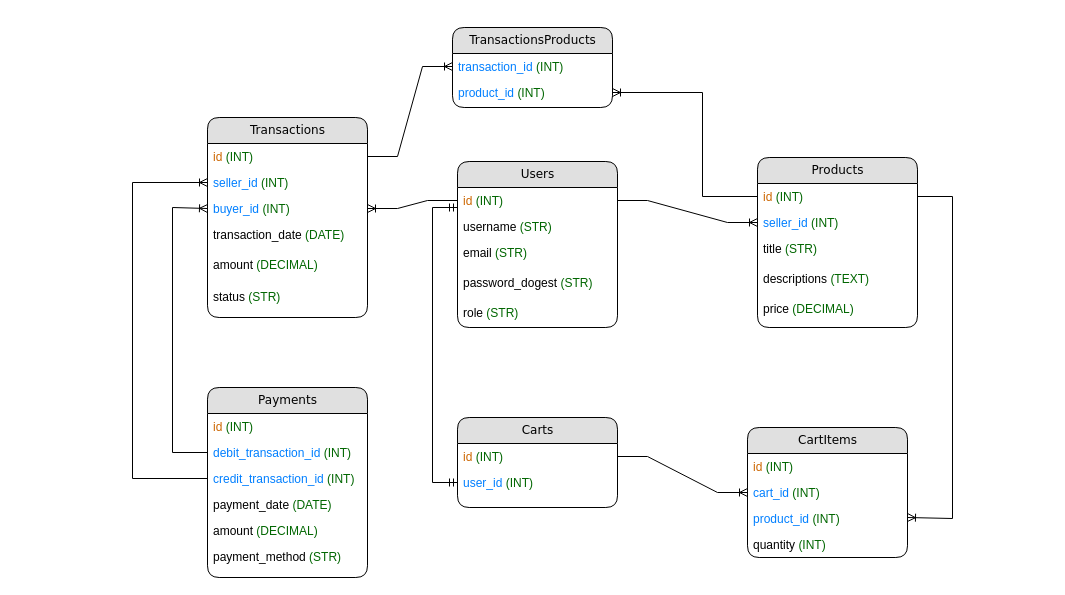
Above: Диаграмма без названия.drawio in lada000/DigitalBazaar (draw.io), before the change. Source tidied: cells renumbered, new cells numbered last; positions are measured from the earlier drawing's top-left corner, leaving out a move shared by most shapes. Both pictures are drawn from the tidied source at 100%, with x=0, y=0 at pixel (132, 27).
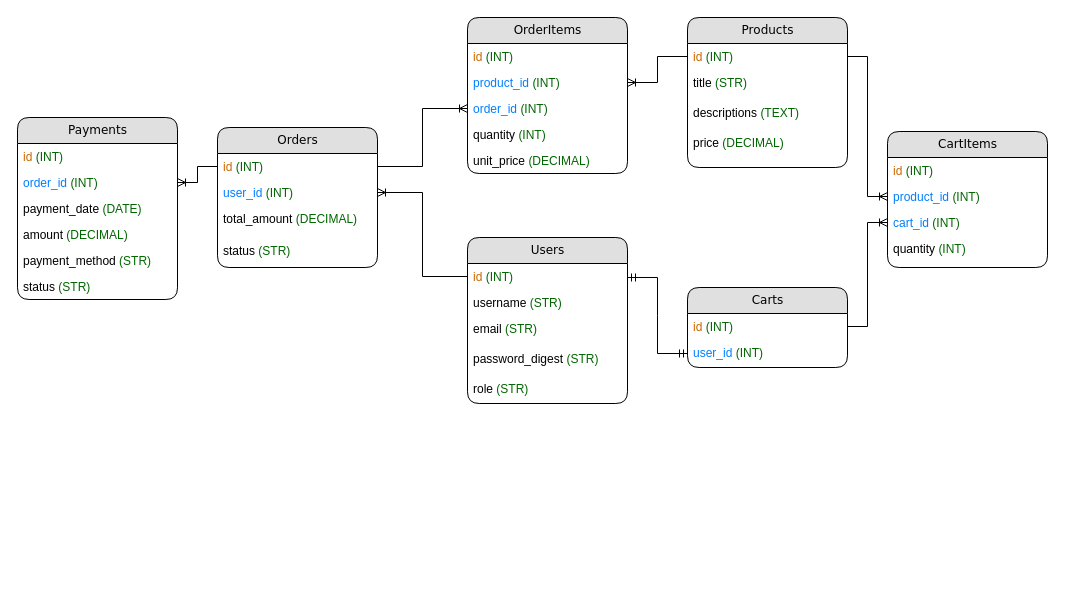
The same diagram, later.

The change refers to these unchanged cells:
```xml
<mxCell id="3" value="&lt;font color=&quot;#cc6600&quot;&gt;id&lt;/font&gt; &lt;font color=&quot;#006600&quot;&gt;(INT)&lt;/font&gt;" style="text;html=1;strokeColor=none;fillColor=none;spacingLeft=4;spacingRight=4;whiteSpace=wrap;overflow=hidden;points=[[0,0.5],[1,0.5]];portConstraint=eastwest;align=left;" parent="2" vertex="1">
  <mxGeometry y="26" width="160" height="26" as="geometry" />
</mxCell>
<mxCell id="16" value="&lt;span style=&quot;background-color: rgb(255, 255, 255);&quot;&gt;&lt;font color=&quot;#cc6600&quot;&gt;id&lt;/font&gt; &lt;font color=&quot;#006600&quot;&gt;(INT)&lt;/font&gt;&lt;/span&gt;" style="text;html=1;strokeColor=none;fillColor=none;spacingLeft=4;spacingRight=4;whiteSpace=wrap;overflow=hidden;points=[[0,0.5],[1,0.5]];portConstraint=eastwest;" parent="15" vertex="1">
  <mxGeometry y="26" width="160" height="26" as="geometry" />
</mxCell>
<mxCell id="22" value="&lt;font color=&quot;#cc6600&quot;&gt;id &lt;/font&gt;&lt;font color=&quot;#006600&quot;&gt;(INT)&lt;/font&gt;" style="text;html=1;strokeColor=none;fillColor=none;spacingLeft=4;spacingRight=4;whiteSpace=wrap;overflow=hidden;points=[[0,0.5],[1,0.5]];portConstraint=eastwest;" parent="21" vertex="1">
  <mxGeometry y="26" width="160" height="26" as="geometry" />
</mxCell>
<mxCell id="29" value="&lt;font color=&quot;#cc6600&quot;&gt;id &lt;/font&gt;&lt;font color=&quot;#006600&quot;&gt;(INT)&lt;/font&gt;" style="text;html=1;strokeColor=none;fillColor=none;spacingLeft=4;spacingRight=4;whiteSpace=wrap;overflow=hidden;points=[[0,0.5],[1,0.5]];portConstraint=eastwest;" parent="28" vertex="1">
  <mxGeometry y="26" width="160" height="26" as="geometry" />
</mxCell>
<mxCell id="43" value="&lt;font color=&quot;#007fff&quot;&gt;product_id &lt;/font&gt;&lt;font color=&quot;#006600&quot;&gt;(INT)&lt;/font&gt;" style="text;html=1;strokeColor=none;fillColor=none;spacingLeft=4;spacingRight=4;whiteSpace=wrap;overflow=hidden;points=[[0,0.5],[1,0.5]];portConstraint=eastwest;" parent="41" vertex="1">
  <mxGeometry y="52" width="160" height="26" as="geometry" />
</mxCell>
```

The edit, as a diff of the source:
```diff
@@
     <mxCell id="2" value="Users" style="swimlane;html=1;fontStyle=0;horizontal=1;startSize=26;fillColor=#e0e0e0;swimlaneFillColor=#ffffff;align=center;rounded=1;shadow=0;comic=0;labelBackgroundColor=none;strokeWidth=1;fontFamily=Verdana;fontSize=12;" parent="1" vertex="1">
-      <mxGeometry x="325" y="134" width="160" height="166" as="geometry" />
+      <mxGeometry x="335" y="210" width="160" height="166" as="geometry" />
     </mxCell>
@@
-    <mxCell id="6" value="password_dogest &lt;font color=&quot;#006600&quot;&gt;(STR)&lt;/font&gt;" style="text;html=1;strokeColor=none;fillColor=none;spacingLeft=4;spacingRight=4;whiteSpace=wrap;overflow=hidden;" parent="2" vertex="1">
+    <mxCell id="6" value="password_digest &lt;font color=&quot;#006600&quot;&gt;(STR)&lt;/font&gt;" style="text;html=1;strokeColor=none;fillColor=none;spacingLeft=4;spacingRight=4;whiteSpace=wrap;overflow=hidden;" parent="2" vertex="1">
       <mxGeometry y="108" width="160" height="30" as="geometry" />
     </mxCell>
@@
     <mxCell id="8" value="Payments" style="swimlane;html=1;fontStyle=0;horizontal=1;startSize=26;fillColor=#e0e0e0;swimlaneFillColor=#ffffff;align=center;rounded=1;shadow=0;comic=0;labelBackgroundColor=none;strokeWidth=1;fontFamily=Verdana;fontSize=12;" parent="1" vertex="1">
-      <mxGeometry x="75" y="360" width="160" height="190" as="geometry" />
+      <mxGeometry x="-115" y="90" width="160" height="182" as="geometry" />
     </mxCell>
@@
-    <mxCell id="10" value="&lt;font color=&quot;#007fff&quot;&gt;debit_transaction_id &lt;/font&gt;&lt;font color=&quot;#006600&quot;&gt;(INT)&lt;/font&gt;" style="text;html=1;strokeColor=none;fillColor=none;spacingLeft=4;spacingRight=4;whiteSpace=wrap;overflow=hidden;points=[[0,0.5],[1,0.5]];portConstraint=eastwest;" parent="8" vertex="1">
+    <mxCell id="10" value="&lt;font color=&quot;#007fff&quot;&gt;order_id &lt;/font&gt;&lt;font color=&quot;#006600&quot;&gt;(INT)&lt;/font&gt;" style="text;html=1;strokeColor=none;fillColor=none;spacingLeft=4;spacingRight=4;whiteSpace=wrap;overflow=hidden;points=[[0,0.5],[1,0.5]];portConstraint=eastwest;" parent="8" vertex="1">
       <mxGeometry y="52" width="160" height="26" as="geometry" />
     </mxCell>
-    <mxCell id="11" value="&lt;font color=&quot;#007fff&quot;&gt;credit_transaction_id &lt;/font&gt;&lt;font color=&quot;#006600&quot;&gt;(INT)&lt;/font&gt;" style="text;html=1;strokeColor=none;fillColor=none;spacingLeft=4;spacingRight=4;whiteSpace=wrap;overflow=hidden;points=[[0,0.5],[1,0.5]];portConstraint=eastwest;" parent="8" vertex="1">
-      <mxGeometry y="78" width="160" height="26" as="geometry" />
-    </mxCell>
     <mxCell id="12" value="payment_date &lt;font color=&quot;#006600&quot;&gt;(DATE)&lt;/font&gt;" style="text;html=1;strokeColor=none;fillColor=none;spacingLeft=4;spacingRight=4;whiteSpace=wrap;overflow=hidden;" parent="8" vertex="1">
-      <mxGeometry y="104" width="160" height="26" as="geometry" />
+      <mxGeometry y="78" width="160" height="26" as="geometry" />
     </mxCell>
     <mxCell id="13" value="amount &lt;font color=&quot;#006600&quot;&gt;(DECIMAL)&lt;/font&gt;" style="text;html=1;strokeColor=none;fillColor=none;spacingLeft=4;spacingRight=4;whiteSpace=wrap;overflow=hidden;" parent="8" vertex="1">
-      <mxGeometry y="130" width="160" height="26" as="geometry" />
+      <mxGeometry y="104" width="160" height="26" as="geometry" />
     </mxCell>
     <mxCell id="14" value="payment_method &lt;font color=&quot;#006600&quot;&gt;(STR)&lt;/font&gt;" style="text;html=1;strokeColor=none;fillColor=none;spacingLeft=4;spacingRight=4;whiteSpace=wrap;overflow=hidden;" parent="8" vertex="1">
-      <mxGeometry y="156" width="160" height="26" as="geometry" />
+      <mxGeometry y="130" width="160" height="26" as="geometry" />
     </mxCell>
+    <mxCell id="48" value="status&amp;nbsp;&lt;font color=&quot;#006600&quot;&gt;(STR)&lt;/font&gt;" style="text;html=1;strokeColor=none;fillColor=none;spacingLeft=4;spacingRight=4;whiteSpace=wrap;overflow=hidden;" parent="8" vertex="1">
+      <mxGeometry y="156" width="160" height="26" as="geometry" />
+    </mxCell>
     <mxCell id="15" value="Products" style="swimlane;html=1;fontStyle=0;horizontal=1;startSize=26;fillColor=#e0e0e0;swimlaneFillColor=#ffffff;align=center;rounded=1;shadow=0;comic=0;labelBackgroundColor=none;strokeWidth=1;fontFamily=Verdana;fontSize=12;" parent="1" vertex="1">
-      <mxGeometry x="625" y="130" width="160" height="170" as="geometry" />
+      <mxGeometry x="555" y="-10" width="160" height="150" as="geometry" />
     </mxCell>
@@
-    <mxCell id="17" value="&lt;font color=&quot;#007fff&quot;&gt;seller_id&lt;/font&gt; &lt;font color=&quot;#006600&quot;&gt;(INT)&lt;/font&gt;" style="text;html=1;strokeColor=none;fillColor=none;spacingLeft=4;spacingRight=4;whiteSpace=wrap;overflow=hidden;points=[[0,0.5],[1,0.5]];portConstraint=eastwest;" parent="15" vertex="1">
-      <mxGeometry y="52" width="160" height="26" as="geometry" />
-    </mxCell>
     <mxCell id="18" value="title &lt;font color=&quot;#006600&quot;&gt;(STR)&lt;/font&gt;" style="text;html=1;strokeColor=none;fillColor=none;spacingLeft=4;spacingRight=4;whiteSpace=wrap;overflow=hidden;" parent="15" vertex="1">
-      <mxGeometry y="78" width="160" height="30" as="geometry" />
+      <mxGeometry y="52" width="160" height="30" as="geometry" />
     </mxCell>
     <mxCell id="19" value="descriptions &lt;font color=&quot;#006600&quot;&gt;(TEXT)&lt;/font&gt;" style="text;html=1;strokeColor=none;fillColor=none;spacingLeft=4;spacingRight=4;whiteSpace=wrap;overflow=hidden;" parent="15" vertex="1">
-      <mxGeometry y="108" width="160" height="30" as="geometry" />
+      <mxGeometry y="82" width="160" height="30" as="geometry" />
     </mxCell>
     <mxCell id="20" value="price &lt;font color=&quot;#006600&quot;&gt;(DECIMAL)&lt;/font&gt;" style="text;html=1;strokeColor=none;fillColor=none;spacingLeft=4;spacingRight=4;whiteSpace=wrap;overflow=hidden;" parent="15" vertex="1">
-      <mxGeometry y="138" width="160" height="20" as="geometry" />
+      <mxGeometry y="112" width="160" height="20" as="geometry" />
     </mxCell>
-    <mxCell id="21" value="Transactions" style="swimlane;html=1;fontStyle=0;horizontal=1;startSize=26;fillColor=#e0e0e0;swimlaneFillColor=#ffffff;align=center;rounded=1;shadow=0;comic=0;labelBackgroundColor=none;strokeWidth=1;fontFamily=Verdana;fontSize=12;" parent="1" vertex="1">
-      <mxGeometry x="75" y="90" width="160" height="200" as="geometry" />
+    <mxCell id="21" value="Orders" style="swimlane;html=1;fontStyle=0;horizontal=1;startSize=26;fillColor=#e0e0e0;swimlaneFillColor=#ffffff;align=center;rounded=1;shadow=0;comic=0;labelBackgroundColor=none;strokeWidth=1;fontFamily=Verdana;fontSize=12;" parent="1" vertex="1">
+      <mxGeometry x="85" y="100" width="160" height="140" as="geometry" />
     </mxCell>
@@
-    <mxCell id="23" value="&lt;font color=&quot;#007fff&quot;&gt;seller_id&amp;nbsp;&lt;/font&gt;&lt;font color=&quot;#006600&quot;&gt;(INT)&lt;/font&gt;" style="text;html=1;strokeColor=none;fillColor=none;spacingLeft=4;spacingRight=4;whiteSpace=wrap;overflow=hidden;points=[[0,0.5],[1,0.5]];portConstraint=eastwest;" parent="21" vertex="1">
+    <mxCell id="23" value="&lt;font color=&quot;#007fff&quot;&gt;user_id&amp;nbsp;&lt;/font&gt;&lt;font color=&quot;#006600&quot;&gt;(INT)&lt;/font&gt;" style="text;html=1;strokeColor=none;fillColor=none;spacingLeft=4;spacingRight=4;whiteSpace=wrap;overflow=hidden;points=[[0,0.5],[1,0.5]];portConstraint=eastwest;" parent="21" vertex="1">
       <mxGeometry y="52" width="160" height="26" as="geometry" />
     </mxCell>
-    <mxCell id="24" value="&lt;font color=&quot;#007fff&quot;&gt;buyer_id &lt;/font&gt;&lt;font color=&quot;#006600&quot;&gt;(INT)&lt;/font&gt;" style="text;html=1;strokeColor=none;fillColor=none;spacingLeft=4;spacingRight=4;whiteSpace=wrap;overflow=hidden;points=[[0,0.5],[1,0.5]];portConstraint=eastwest;" parent="21" vertex="1">
-      <mxGeometry y="78" width="160" height="26" as="geometry" />
-    </mxCell>
-    <mxCell id="25" value="transaction_date &lt;font color=&quot;#006600&quot;&gt;(DATE)&lt;/font&gt;" style="text;html=1;strokeColor=none;fillColor=none;spacingLeft=4;spacingRight=4;whiteSpace=wrap;overflow=hidden;" parent="21" vertex="1">
-      <mxGeometry y="104" width="160" height="30" as="geometry" />
-    </mxCell>
-    <mxCell id="26" value="amount &lt;font color=&quot;#006600&quot;&gt;(DECIMAL)&lt;/font&gt;" style="text;html=1;strokeColor=none;fillColor=none;spacingLeft=4;spacingRight=4;whiteSpace=wrap;overflow=hidden;" parent="21" vertex="1">
-      <mxGeometry y="134" width="160" height="32" as="geometry" />
+    <mxCell id="26" value="total_amount &lt;font color=&quot;#006600&quot;&gt;(DECIMAL)&lt;/font&gt;" style="text;html=1;strokeColor=none;fillColor=none;spacingLeft=4;spacingRight=4;whiteSpace=wrap;overflow=hidden;" parent="21" vertex="1">
+      <mxGeometry y="78" width="160" height="32" as="geometry" />
     </mxCell>
     <mxCell id="27" value="status &lt;font color=&quot;#006600&quot;&gt;(STR)&lt;/font&gt;" style="text;html=1;strokeColor=none;fillColor=none;spacingLeft=4;spacingRight=4;whiteSpace=wrap;overflow=hidden;" parent="21" vertex="1">
-      <mxGeometry y="166" width="160" height="34" as="geometry" />
+      <mxGeometry y="110" width="160" height="30" as="geometry" />
     </mxCell>
     <mxCell id="28" value="Carts" style="swimlane;html=1;fontStyle=0;horizontal=1;startSize=26;fillColor=#e0e0e0;swimlaneFillColor=#ffffff;align=center;rounded=1;shadow=0;comic=0;labelBackgroundColor=none;strokeWidth=1;fontFamily=Verdana;fontSize=12;" parent="1" vertex="1">
-      <mxGeometry x="325" y="390" width="160" height="90" as="geometry" />
+      <mxGeometry x="555" y="260" width="160" height="80" as="geometry" />
     </mxCell>
@@
     <mxCell id="30" value="&lt;font color=&quot;#007fff&quot;&gt;user_id &lt;/font&gt;&lt;font color=&quot;#006600&quot;&gt;(INT)&lt;/font&gt;" style="text;html=1;strokeColor=none;fillColor=none;spacingLeft=4;spacingRight=4;whiteSpace=wrap;overflow=hidden;points=[[0,0.5],[1,0.5]];portConstraint=eastwest;" parent="28" vertex="1">
-      <mxGeometry y="52" width="160" height="26" as="geometry" />
+      <mxGeometry y="52" width="160" height="28" as="geometry" />
     </mxCell>
     <mxCell id="31" value="CartItems" style="swimlane;html=1;fontStyle=0;horizontal=1;startSize=26;fillColor=#e0e0e0;swimlaneFillColor=#ffffff;align=center;rounded=1;shadow=0;comic=0;labelBackgroundColor=none;strokeWidth=1;fontFamily=Verdana;fontSize=12;" parent="1" vertex="1">
-      <mxGeometry x="615" y="400" width="160" height="130" as="geometry" />
+      <mxGeometry x="755" y="104" width="160" height="136" as="geometry" />
     </mxCell>
@@
+    <mxCell id="34" value="&lt;font color=&quot;#007fff&quot;&gt;product_id &lt;/font&gt;&lt;font color=&quot;#006600&quot;&gt;(INT)&lt;/font&gt;" style="text;html=1;strokeColor=none;fillColor=none;spacingLeft=4;spacingRight=4;whiteSpace=wrap;overflow=hidden;points=[[0,0.5],[1,0.5]];portConstraint=eastwest;" parent="31" vertex="1">
+      <mxGeometry y="52" width="160" height="26" as="geometry" />
+    </mxCell>
     <mxCell id="33" value="&lt;font color=&quot;#007fff&quot;&gt;cart_id &lt;/font&gt;&lt;font color=&quot;#006600&quot;&gt;(INT)&lt;/font&gt;" style="text;html=1;strokeColor=none;fillColor=none;spacingLeft=4;spacingRight=4;whiteSpace=wrap;overflow=hidden;points=[[0,0.5],[1,0.5]];portConstraint=eastwest;" parent="31" vertex="1">
-      <mxGeometry y="52" width="160" height="26" as="geometry" />
+      <mxGeometry y="78" width="160" height="26" as="geometry" />
     </mxCell>
-    <mxCell id="34" value="&lt;font color=&quot;#007fff&quot;&gt;product_id &lt;/font&gt;&lt;font color=&quot;#006600&quot;&gt;(INT)&lt;/font&gt;" style="text;html=1;strokeColor=none;fillColor=none;spacingLeft=4;spacingRight=4;whiteSpace=wrap;overflow=hidden;points=[[0,0.5],[1,0.5]];portConstraint=eastwest;" parent="31" vertex="1">
-      <mxGeometry y="78" width="160" height="26" as="geometry" />
-    </mxCell>
@@
-    <mxCell id="36" style="edgeStyle=entityRelationEdgeStyle;fontSize=12;html=1;endArrow=ERoneToMany;rounded=0;exitX=1;exitY=0.5;exitDx=0;exitDy=0;entryX=0;entryY=0.5;entryDx=0;entryDy=0;" parent="1" edge="1" source="3" target="17">
-      <mxGeometry relative="1" as="geometry" />
-    </mxCell>
-    <mxCell id="37" style="edgeStyle=entityRelationEdgeStyle;fontSize=12;html=1;endArrow=ERoneToMany;rounded=0;exitX=0;exitY=0.5;exitDx=0;exitDy=0;entryX=1;entryY=0.5;entryDx=0;entryDy=0;" parent="1" edge="1" source="3" target="24">
-      <mxGeometry relative="1" as="geometry" />
-    </mxCell>
-    <mxCell id="38" style="fontSize=12;html=1;endArrow=ERmandOne;startArrow=ERmandOne;rounded=0;exitX=0;exitY=0.5;exitDx=0;exitDy=0;edgeStyle=orthogonalEdgeStyle;" parent="1" edge="1" source="30">
-      <mxGeometry relative="1" as="geometry">
-        <mxPoint x="325" y="180" as="targetPoint" />
-        <Array as="points">
-          <mxPoint x="300" y="455" />
-          <mxPoint x="300" y="180" />
-        </Array>
-      </mxGeometry>
-    </mxCell>
-    <mxCell id="39" style="edgeStyle=entityRelationEdgeStyle;fontSize=12;html=1;endArrow=ERoneToMany;rounded=0;exitX=1;exitY=0.5;exitDx=0;exitDy=0;entryX=0;entryY=0.5;entryDx=0;entryDy=0;" parent="1" edge="1" source="29" target="33">
-      <mxGeometry relative="1" as="geometry" />
-    </mxCell>
-    <mxCell id="40" style="edgeStyle=orthogonalEdgeStyle;fontSize=12;html=1;endArrow=ERoneToMany;rounded=0;" parent="1" edge="1">
-      <mxGeometry relative="1" as="geometry">
-        <mxPoint x="785" y="169" as="sourcePoint" />
-        <mxPoint x="775" y="490" as="targetPoint" />
-        <Array as="points">
-          <mxPoint x="820" y="169" />
-          <mxPoint x="820" y="491" />
-          <mxPoint x="775" y="491" />
-        </Array>
-      </mxGeometry>
-    </mxCell>
-    <mxCell id="41" value="TransactionsProducts" style="swimlane;html=1;fontStyle=0;horizontal=1;startSize=26;fillColor=#e0e0e0;swimlaneFillColor=#ffffff;align=center;rounded=1;shadow=0;comic=0;labelBackgroundColor=none;strokeWidth=1;fontFamily=Verdana;fontSize=12;" parent="1" vertex="1">
-      <mxGeometry x="320" width="160" height="80" as="geometry" />
+    <mxCell id="41" value="OrderItems" style="swimlane;html=1;fontStyle=0;horizontal=1;startSize=26;fillColor=#e0e0e0;swimlaneFillColor=#ffffff;align=center;rounded=1;shadow=0;comic=0;labelBackgroundColor=none;strokeWidth=1;fontFamily=Verdana;fontSize=12;" parent="1" vertex="1">
+      <mxGeometry x="335" y="-10" width="160" height="156" as="geometry" />
     </mxCell>
-    <mxCell id="42" value="&lt;font color=&quot;#007fff&quot;&gt;transaction_id &lt;/font&gt;&lt;font color=&quot;#006600&quot;&gt;(INT)&lt;/font&gt;" style="text;html=1;strokeColor=none;fillColor=none;spacingLeft=4;spacingRight=4;whiteSpace=wrap;overflow=hidden;points=[[0,0.5],[1,0.5]];portConstraint=eastwest;" parent="41" vertex="1">
+    <mxCell id="42" value="&lt;font color=&quot;#cc6600&quot;&gt;id&lt;/font&gt;&lt;font color=&quot;#007fff&quot;&gt; &lt;/font&gt;&lt;font color=&quot;#006600&quot;&gt;(INT)&lt;/font&gt;" style="text;html=1;strokeColor=none;fillColor=none;spacingLeft=4;spacingRight=4;whiteSpace=wrap;overflow=hidden;points=[[0,0.5],[1,0.5]];portConstraint=eastwest;" parent="41" vertex="1">
       <mxGeometry y="26" width="160" height="26" as="geometry" />
     </mxCell>
@@
-    <mxCell id="44" style="edgeStyle=entityRelationEdgeStyle;fontSize=12;html=1;endArrow=ERoneToMany;rounded=0;exitX=1;exitY=0.5;exitDx=0;exitDy=0;entryX=0;entryY=0.5;entryDx=0;entryDy=0;" parent="1" edge="1" source="22" target="42">
-      <mxGeometry relative="1" as="geometry" />
-    </mxCell>
+    <mxCell id="49" value="&lt;font color=&quot;#007fff&quot;&gt;order_id &lt;/font&gt;&lt;font color=&quot;#006600&quot;&gt;(INT)&lt;/font&gt;" style="text;html=1;strokeColor=none;fillColor=none;spacingLeft=4;spacingRight=4;whiteSpace=wrap;overflow=hidden;points=[[0,0.5],[1,0.5]];portConstraint=eastwest;" parent="41" vertex="1">
+      <mxGeometry y="78" width="160" height="26" as="geometry" />
+    </mxCell>
+    <mxCell id="50" value="quantity&lt;font color=&quot;#007fff&quot;&gt;&amp;nbsp;&lt;/font&gt;&lt;font color=&quot;#006600&quot;&gt;(INT)&lt;/font&gt;" style="text;html=1;strokeColor=none;fillColor=none;spacingLeft=4;spacingRight=4;whiteSpace=wrap;overflow=hidden;" parent="41" vertex="1">
+      <mxGeometry y="104" width="160" height="26" as="geometry" />
+    </mxCell>
+    <mxCell id="51" value="unit_price&lt;font color=&quot;#007fff&quot;&gt;&amp;nbsp;&lt;/font&gt;&lt;font color=&quot;#006600&quot;&gt;(DECIMAL)&lt;/font&gt;" style="text;html=1;strokeColor=none;fillColor=none;spacingLeft=4;spacingRight=4;whiteSpace=wrap;overflow=hidden;" parent="41" vertex="1">
+      <mxGeometry y="130" width="160" height="26" as="geometry" />
+    </mxCell>
+    <mxCell id="39" style="edgeStyle=orthogonalEdgeStyle;fontSize=12;html=1;endArrow=ERoneToMany;rounded=0;exitX=1;exitY=0.5;exitDx=0;exitDy=0;entryX=0;entryY=0.5;entryDx=0;entryDy=0;" parent="1" edge="1" source="29" target="33">
+      <mxGeometry relative="1" as="geometry" />
+    </mxCell>
+    <mxCell id="52" style="edgeStyle=entityRelationEdgeStyle;fontSize=12;html=1;endArrow=ERmandOne;startArrow=ERmandOne;rounded=0;exitX=1;exitY=0.538;exitDx=0;exitDy=0;exitPerimeter=0;entryX=0;entryY=0.5;entryDx=0;entryDy=0;" parent="1" edge="1" source="3" target="30">
+      <mxGeometry relative="1" as="geometry" />
+    </mxCell>
+    <mxCell id="53" style="edgeStyle=orthogonalEdgeStyle;fontSize=12;html=1;endArrow=ERoneToMany;rounded=0;exitX=1;exitY=0.5;exitDx=0;exitDy=0;entryX=0;entryY=0.5;entryDx=0;entryDy=0;" parent="1" edge="1" source="16" target="34">
+      <mxGeometry relative="1" as="geometry" />
+    </mxCell>
+    <mxCell id="54" style="edgeStyle=orthogonalEdgeStyle;fontSize=12;html=1;endArrow=ERoneToMany;rounded=0;entryX=1;entryY=0.5;entryDx=0;entryDy=0;exitX=0;exitY=0.5;exitDx=0;exitDy=0;" parent="1" edge="1" source="3" target="23">
+      <mxGeometry relative="1" as="geometry" />
+    </mxCell>
+    <mxCell id="55" style="edgeStyle=orthogonalEdgeStyle;fontSize=12;html=1;endArrow=ERoneToMany;rounded=0;exitX=1;exitY=0.5;exitDx=0;exitDy=0;entryX=0;entryY=0.5;entryDx=0;entryDy=0;" parent="1" edge="1" source="22" target="49">
+      <mxGeometry relative="1" as="geometry" />
+    </mxCell>
-    <mxCell id="45" style="edgeStyle=orthogonalEdgeStyle;fontSize=12;html=1;endArrow=ERoneToMany;rounded=0;entryX=1;entryY=0.5;entryDx=0;entryDy=0;exitX=0;exitY=0.5;exitDx=0;exitDy=0;" parent="1" edge="1" source="16" target="43">
-      <mxGeometry relative="1" as="geometry">
-        <Array as="points">
-          <mxPoint x="570" y="169" />
-          <mxPoint x="570" y="65" />
-        </Array>
-      </mxGeometry>
+    <mxCell id="45" style="edgeStyle=entityRelationEdgeStyle;fontSize=12;html=1;endArrow=ERoneToMany;rounded=0;entryX=1;entryY=0.5;entryDx=0;entryDy=0;exitX=0;exitY=0.5;exitDx=0;exitDy=0;" parent="1" edge="1" source="16" target="43">
+      <mxGeometry relative="1" as="geometry" />
     </mxCell>
-    <mxCell id="46" style="edgeStyle=orthogonalEdgeStyle;fontSize=12;html=1;endArrow=ERoneToMany;rounded=0;entryX=0;entryY=0.5;entryDx=0;entryDy=0;exitX=0;exitY=0.5;exitDx=0;exitDy=0;" parent="1" edge="1" source="10" target="24">
-      <mxGeometry relative="1" as="geometry">
-        <Array as="points">
-          <mxPoint x="40" y="425" />
-          <mxPoint x="40" y="180" />
-          <mxPoint x="75" y="180" />
-        </Array>
-      </mxGeometry>
-    </mxCell>
-    <mxCell id="47" style="edgeStyle=orthogonalEdgeStyle;fontSize=12;html=1;endArrow=ERoneToMany;rounded=0;entryX=0;entryY=0.5;entryDx=0;entryDy=0;exitX=0;exitY=0.5;exitDx=0;exitDy=0;" parent="1" edge="1" source="11" target="23">
-      <mxGeometry relative="1" as="geometry">
-        <Array as="points">
-          <mxPoint y="451" />
-          <mxPoint y="155" />
-        </Array>
-      </mxGeometry>
-    </mxCell>
+    <mxCell id="56" style="edgeStyle=orthogonalEdgeStyle;fontSize=12;html=1;endArrow=ERoneToMany;rounded=0;entryX=1;entryY=0.5;entryDx=0;entryDy=0;exitX=0;exitY=0.5;exitDx=0;exitDy=0;" parent="1" edge="1" source="22" target="10">
+      <mxGeometry relative="1" as="geometry" />
+    </mxCell>
```
